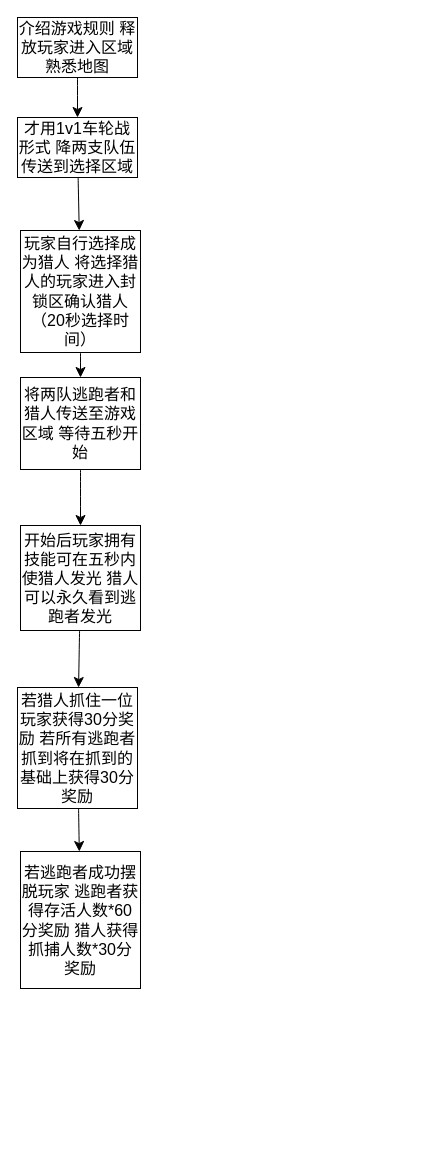
Above: 小游戏/parkour tag.drawio in nothing-championship/what-it-this (draw.io), before the change. Source tidied: cells renumbered, new cells numbered last; positions are measured from the earlier drawing's top-left corner, leaving out a move shared by most shapes. Both pictures are drawn from the tidied source at 100%, with x=0, y=0 at pixel (17, 17).
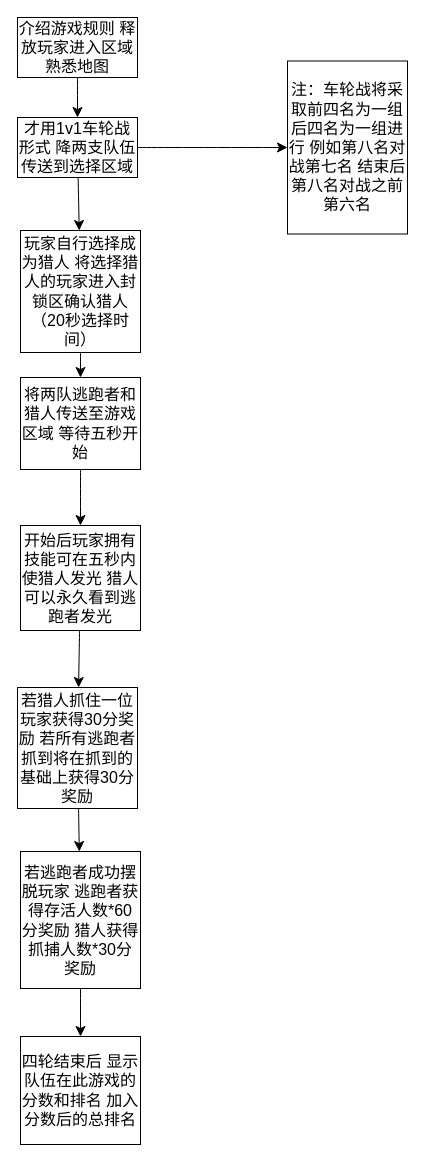
The same diagram, later.

What changed in the source:
```diff
@@
 <mxGraphModel>
   <root>
     <mxCell id="0" />
     <mxCell id="1" parent="0" />
     <mxCell id="2" style="edgeStyle=none;curved=1;rounded=0;jettySize=auto;html=1;fontSize=12;startSize=8;endSize=8;" parent="1" edge="1" source="3" target="5">
       <mxGeometry relative="1" as="geometry" />
     </mxCell>
     <mxCell id="3" value="介绍游戏规则 释放玩家进入区域熟悉地图" style="whiteSpace=wrap;html=1;fontSize=16;" parent="1" vertex="1">
       <mxGeometry width="120" height="60" as="geometry" />
     </mxCell>
     <mxCell id="4" style="edgeStyle=none;curved=1;rounded=0;jettySize=auto;html=1;fontSize=12;startSize=8;endSize=8;" parent="1" edge="1" source="5" target="7">
       <mxGeometry relative="1" as="geometry" />
     </mxCell>
+    <mxCell id="15" style="edgeStyle=none;curved=1;rounded=0;jettySize=auto;html=1;fontSize=12;startSize=8;endSize=8;" parent="1" edge="1" source="5" target="18">
+      <mxGeometry relative="1" as="geometry" />
+    </mxCell>
     <mxCell id="5" value="才用1v1车轮战形式 降两支队伍传送到选择区域" style="whiteSpace=wrap;html=1;fontSize=16;" parent="1" vertex="1">
       <mxGeometry y="100" width="120" height="60" as="geometry" />
     </mxCell>
     <mxCell id="6" style="edgeStyle=none;curved=1;rounded=0;jettySize=auto;html=1;fontSize=12;startSize=8;endSize=8;" parent="1" edge="1" source="7" target="9">
       <mxGeometry relative="1" as="geometry" />
     </mxCell>
     <mxCell id="7" value="玩家自行选择成为猎人 将选择猎人的玩家进入封锁区确认猎人（20秒选择时间）" style="whiteSpace=wrap;html=1;fontSize=16;" parent="1" vertex="1">
       <mxGeometry x="3" y="213" width="120" height="122" as="geometry" />
     </mxCell>
     <mxCell id="8" style="edgeStyle=none;curved=1;rounded=0;jettySize=auto;html=1;fontSize=12;startSize=8;endSize=8;" parent="1" edge="1" source="9" target="11">
       <mxGeometry relative="1" as="geometry" />
     </mxCell>
     <mxCell id="9" value="将两队逃跑者和猎人传送至游戏区域 等待五秒开始" style="whiteSpace=wrap;html=1;fontSize=16;" parent="1" vertex="1">
       <mxGeometry x="3" y="360" width="120" height="92" as="geometry" />
     </mxCell>
     <mxCell id="10" style="edgeStyle=none;curved=1;rounded=0;jettySize=auto;html=1;fontSize=12;startSize=8;endSize=8;" parent="1" edge="1" source="11" target="13">
       <mxGeometry relative="1" as="geometry" />
     </mxCell>
     <mxCell id="11" value="开始后玩家拥有技能可在五秒内使猎人发光 猎人可以永久看到逃跑者发光" style="whiteSpace=wrap;html=1;fontSize=16;" parent="1" vertex="1">
       <mxGeometry x="3" y="508" width="120" height="105" as="geometry" />
     </mxCell>
     <mxCell id="12" style="edgeStyle=none;curved=1;rounded=0;jettySize=auto;html=1;fontSize=12;startSize=8;endSize=8;" parent="1" edge="1" source="13" target="14">
       <mxGeometry relative="1" as="geometry" />
     </mxCell>
     <mxCell id="13" value="若猎人抓住一位玩家获得30分奖励 若所有逃跑者抓到将在抓到的基础上获得30分奖励" style="whiteSpace=wrap;html=1;fontSize=16;" parent="1" vertex="1">
       <mxGeometry y="670" width="120" height="121" as="geometry" />
     </mxCell>
+    <mxCell id="16" style="edgeStyle=none;curved=1;rounded=0;jettySize=auto;html=1;fontSize=12;startSize=8;endSize=8;" parent="1" edge="1" source="14" target="17">
+      <mxGeometry relative="1" as="geometry" />
+    </mxCell>
     <mxCell id="14" value="若逃跑者成功摆脱玩家 逃跑者获得存活人数*60分奖励 猎人获得抓捕人数*30分奖励" style="whiteSpace=wrap;html=1;fontSize=16;" parent="1" vertex="1">
       <mxGeometry x="3" y="834" width="120" height="137" as="geometry" />
     </mxCell>
+    <mxCell id="17" value="四轮结束后 显示队伍在此游戏的分数和排名 加入分数后的总排名" style="whiteSpace=wrap;html=1;fontSize=16;" parent="1" vertex="1">
+      <mxGeometry x="3" y="1019" width="120" height="108" as="geometry" />
+    </mxCell>
+    <mxCell id="18" value="注：车轮战将采取前四名为一组 后四名为一组进行 例如第八名对战第七名 结束后第八名对战之前第六名" style="whiteSpace=wrap;html=1;fontSize=16;" parent="1" vertex="1">
+      <mxGeometry x="270" y="43.5" width="120" height="173" as="geometry" />
+    </mxCell>
   </root>
 </mxGraphModel>
```
